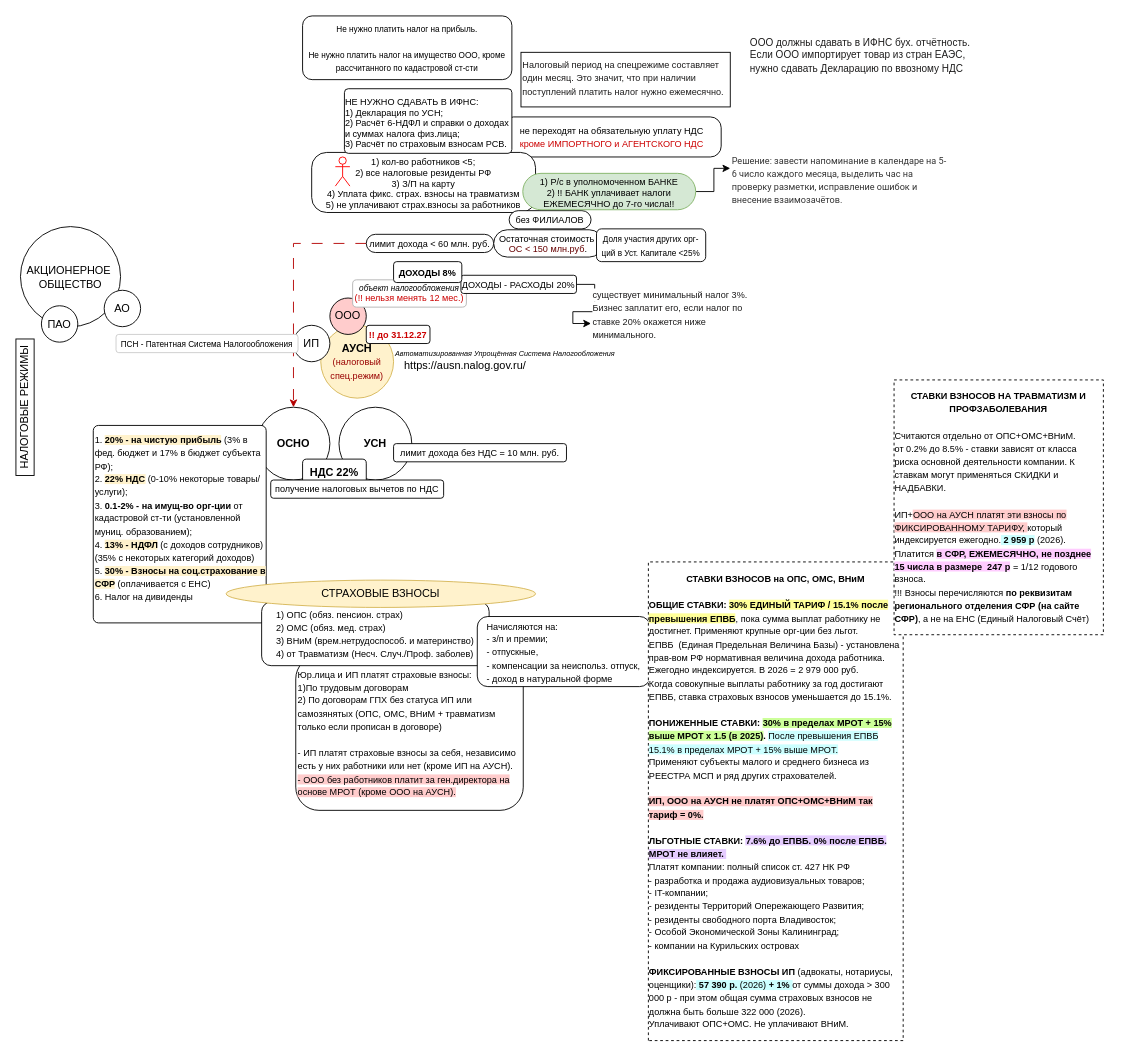
Before: АУСН.drawio in youarereef/mmaps, a draw.io diagram. Source tidied: cells renumbered, new cells numbered last; positions are measured from the earlier drawing's top-left corner, leaving out a move shared by most shapes. Both pictures are drawn from the tidied source at 91%, with x=0, y=0 at pixel (-44, 15).
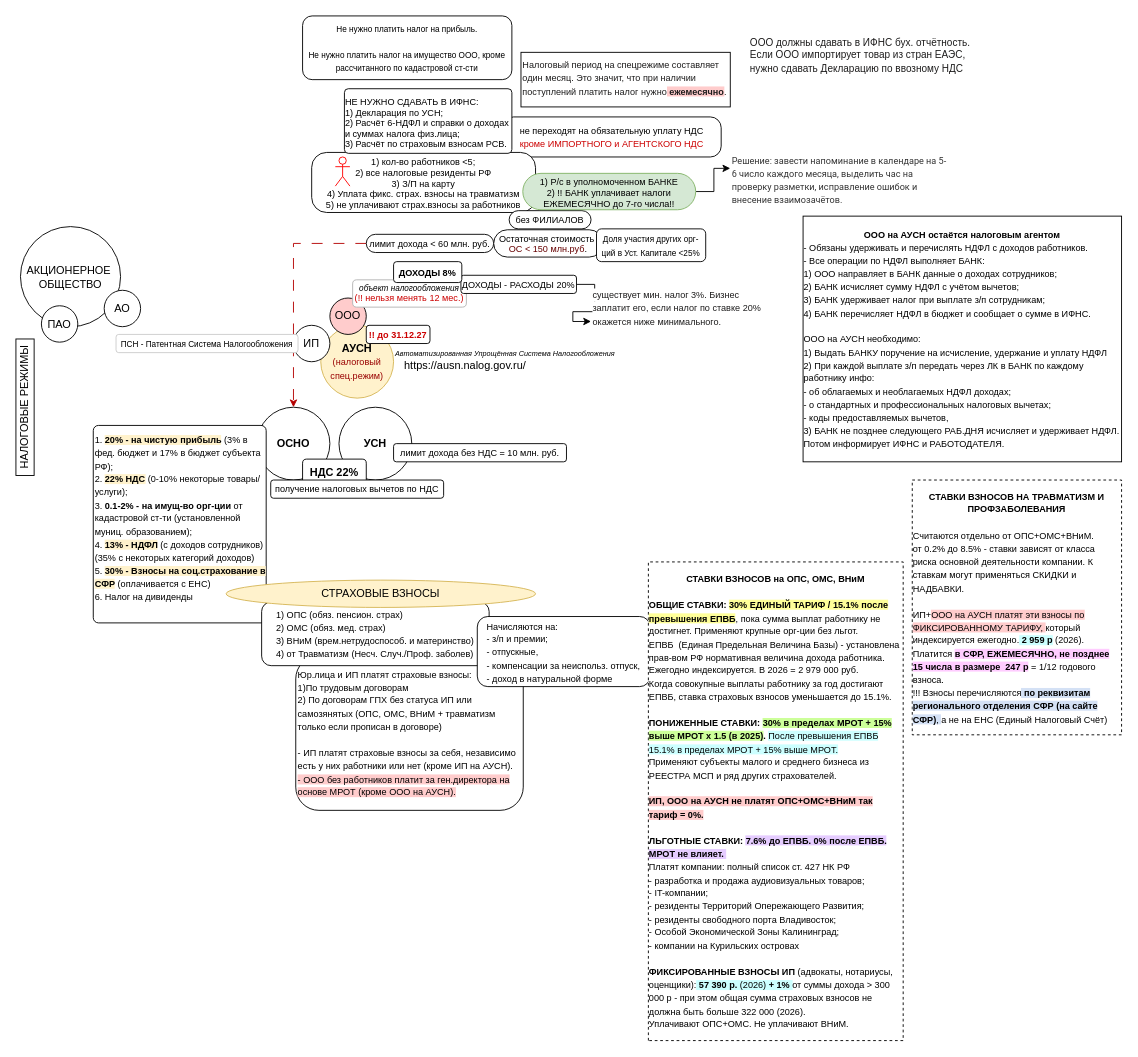
Above is the later version.

What changed in the source:
```diff
@@
-    <mxCell id="30" value="&lt;span style=&quot;color: rgb(30, 29, 29); font-family: &amp;quot;VTB Group UI&amp;quot;, Helvetica, sans-serif, &amp;quot;Apple Color Emoji&amp;quot;, &amp;quot;Segoe UI Emoji&amp;quot;, &amp;quot;Segoe UI Symbol&amp;quot;; font-style: normal; font-variant-ligatures: normal; font-variant-caps: normal; font-weight: 400; letter-spacing: normal; orphans: 2; text-align: start; text-indent: 0px; text-transform: none; widows: 2; word-spacing: 0px; -webkit-text-stroke-width: 0px; white-space: normal; background-color: rgb(255, 255, 255); text-decoration-thickness: initial; text-decoration-style: initial; text-decoration-color: initial; float: none; display: inline !important;&quot;&gt;&lt;font style=&quot;font-size: 10px;&quot;&gt;существует минимальный налог 3%. Бизнес заплатит его, если налог по ставке 20% окажется ниже минимального.&lt;/font&gt;&lt;/span&gt;" style="text;whiteSpace=wrap;html=1;" parent="1" vertex="1">
-      <mxGeometry x="697" y="293" width="190" height="60" as="geometry" />
+    <mxCell id="30" value="&lt;span style=&quot;color: rgb(30, 29, 29); font-family: &amp;quot;VTB Group UI&amp;quot;, Helvetica, sans-serif, &amp;quot;Apple Color Emoji&amp;quot;, &amp;quot;Segoe UI Emoji&amp;quot;, &amp;quot;Segoe UI Symbol&amp;quot;; font-style: normal; font-variant-ligatures: normal; font-variant-caps: normal; font-weight: 400; letter-spacing: normal; orphans: 2; text-align: start; text-indent: 0px; text-transform: none; widows: 2; word-spacing: 0px; -webkit-text-stroke-width: 0px; white-space: normal; background-color: rgb(255, 255, 255); text-decoration-thickness: initial; text-decoration-style: initial; text-decoration-color: initial; float: none; display: inline !important;&quot;&gt;&lt;font style=&quot;font-size: 10px;&quot;&gt;существует мин. налог 3%. Бизнес заплатит его, если налог по ставке 20% окажется ниже минимального.&lt;/font&gt;&lt;/span&gt;" style="text;whiteSpace=wrap;html=1;" parent="1" vertex="1">
+      <mxGeometry x="697" y="293" width="190" height="57" as="geometry" />
     </mxCell>
-    <mxCell id="31" value="&lt;span style=&quot;color: rgb(30, 29, 29); font-family: &amp;quot;VTB Group UI&amp;quot;, Helvetica, sans-serif, &amp;quot;Apple Color Emoji&amp;quot;, &amp;quot;Segoe UI Emoji&amp;quot;, &amp;quot;Segoe UI Symbol&amp;quot;; font-style: normal; font-variant-ligatures: normal; font-variant-caps: normal; font-weight: 400; letter-spacing: normal; orphans: 2; text-align: start; text-indent: 0px; text-transform: none; widows: 2; word-spacing: 0px; -webkit-text-stroke-width: 0px; white-space: normal; background-color: rgb(255, 255, 255); text-decoration-thickness: initial; text-decoration-style: initial; text-decoration-color: initial; float: none; display: inline !important;&quot;&gt;&lt;font style=&quot;font-size: 10px;&quot;&gt;Налоговый период на спецрежиме составляет один месяц. Это значит, что при наличии поступлений платить налог нужно ежемесячно.&lt;/font&gt;&lt;/span&gt;" style="text;whiteSpace=wrap;html=1;strokeColor=default;" parent="1" vertex="1">
+    <mxCell id="31" value="&lt;span style=&quot;color: rgb(30, 29, 29); font-family: &amp;quot;VTB Group UI&amp;quot;, Helvetica, sans-serif, &amp;quot;Apple Color Emoji&amp;quot;, &amp;quot;Segoe UI Emoji&amp;quot;, &amp;quot;Segoe UI Symbol&amp;quot;; font-style: normal; font-variant-ligatures: normal; font-variant-caps: normal; letter-spacing: normal; orphans: 2; text-align: start; text-indent: 0px; text-transform: none; widows: 2; word-spacing: 0px; -webkit-text-stroke-width: 0px; white-space: normal; text-decoration-thickness: initial; text-decoration-style: initial; text-decoration-color: initial; float: none; display: inline !important;&quot;&gt;&lt;font style=&quot;font-size: 10px;&quot;&gt;Налоговый период на спецрежиме составляет один месяц. Это значит, что при наличии поступлений платить налог нужно&lt;b style=&quot;background-color: rgb(255, 204, 204);&quot;&gt; ежемесячно&lt;/b&gt;.&lt;/font&gt;&lt;/span&gt;" style="text;whiteSpace=wrap;html=1;strokeColor=default;" parent="1" vertex="1">
       <mxGeometry x="620" y="40" width="230" height="60" as="geometry" />
     </mxCell>
@@
-    <mxCell id="44" value="&lt;font style=&quot;font-size: 10px;&quot;&gt;&lt;b&gt;СТАВКИ ВЗНОСОВ НА ТРАВМАТИЗМ И ПРОФЗАБОЛЕВАНИЯ&lt;/b&gt;&lt;/font&gt;&lt;div&gt;&lt;font style=&quot;font-size: 10px;&quot;&gt;&lt;br&gt;&lt;/font&gt;&lt;/div&gt;&lt;div style=&quot;text-align: left;&quot;&gt;&lt;span style=&quot;font-size: 10px;&quot;&gt;Считаются отдельно от ОПС+ОМС+ВНиМ.&lt;/span&gt;&lt;/div&gt;&lt;div style=&quot;text-align: left;&quot;&gt;&lt;span style=&quot;font-size: 10px;&quot;&gt;от 0.2% до 8.5% - ставки зависят от класса риска основной деятельности компании. К ставкам могут применяться СКИДКИ и НАДБАВКИ.&lt;/span&gt;&lt;/div&gt;&lt;div style=&quot;text-align: left;&quot;&gt;&lt;span style=&quot;font-size: 10px;&quot;&gt;&lt;br&gt;&lt;/span&gt;&lt;/div&gt;&lt;div style=&quot;text-align: left;&quot;&gt;&lt;span style=&quot;font-size: 10px;&quot;&gt;ИП+&lt;span style=&quot;background-color: rgb(255, 204, 204);&quot;&gt;ООО на АУСН платят эти взносы по ФИКСИРОВАННОМУ ТАРИФУ, &lt;/span&gt;который индексируется ежегодно.&lt;b style=&quot;background-color: rgb(204, 255, 255);&quot;&gt; 2 959 р&lt;/b&gt; (2026).&lt;/span&gt;&lt;/div&gt;&lt;div style=&quot;text-align: left;&quot;&gt;&lt;span style=&quot;font-size: 10px;&quot;&gt;Платится &lt;b style=&quot;background-color: rgb(255, 204, 255);&quot;&gt;в СФР, ЕЖЕМЕСЯЧНО, не позднее 15 числа в размере&amp;nbsp; 247 р&lt;/b&gt; = 1/12 годового взноса.&lt;/span&gt;&lt;/div&gt;&lt;div style=&quot;text-align: left;&quot;&gt;&lt;span style=&quot;font-size: 10px;&quot;&gt;!!! Взносы перечисляются &lt;b&gt;по реквизитам регионального отделения СФР (на сайте СФР)&lt;/b&gt;, а не на ЕНС (Единый Налоговый Счёт)&lt;/span&gt;&lt;/div&gt;" style="rounded=0;whiteSpace=wrap;html=1;dashed=1;" parent="1" vertex="1">
-      <mxGeometry x="1030" y="400" width="230" height="280" as="geometry" />
+    <mxCell id="44" value="&lt;font style=&quot;font-size: 10px;&quot;&gt;&lt;b&gt;СТАВКИ ВЗНОСОВ НА ТРАВМАТИЗМ И ПРОФЗАБОЛЕВАНИЯ&lt;/b&gt;&lt;/font&gt;&lt;div&gt;&lt;font style=&quot;font-size: 10px;&quot;&gt;&lt;br&gt;&lt;/font&gt;&lt;/div&gt;&lt;div style=&quot;text-align: left;&quot;&gt;&lt;span style=&quot;font-size: 10px;&quot;&gt;Считаются отдельно от ОПС+ОМС+ВНиМ.&lt;/span&gt;&lt;/div&gt;&lt;div style=&quot;text-align: left;&quot;&gt;&lt;span style=&quot;font-size: 10px;&quot;&gt;от 0.2% до 8.5% - ставки зависят от класса риска основной деятельности компании. К ставкам могут применяться СКИДКИ и НАДБАВКИ.&lt;/span&gt;&lt;/div&gt;&lt;div style=&quot;text-align: left;&quot;&gt;&lt;span style=&quot;font-size: 10px;&quot;&gt;&lt;br&gt;&lt;/span&gt;&lt;/div&gt;&lt;div style=&quot;text-align: left;&quot;&gt;&lt;span style=&quot;font-size: 10px;&quot;&gt;ИП+&lt;span style=&quot;background-color: rgb(255, 204, 204);&quot;&gt;ООО на АУСН платят эти взносы по ФИКСИРОВАННОМУ ТАРИФУ, &lt;/span&gt;который индексируется ежегодно.&lt;b style=&quot;background-color: rgb(204, 255, 255);&quot;&gt; 2 959 р&lt;/b&gt; (2026).&lt;/span&gt;&lt;/div&gt;&lt;div style=&quot;text-align: left;&quot;&gt;&lt;span style=&quot;font-size: 10px;&quot;&gt;Платится &lt;b style=&quot;background-color: rgb(255, 204, 255);&quot;&gt;в СФР, ЕЖЕМЕСЯЧНО, не позднее 15 числа в размере&amp;nbsp; 247 р&lt;/b&gt; = 1/12 годового взноса.&lt;/span&gt;&lt;/div&gt;&lt;div style=&quot;text-align: left;&quot;&gt;&lt;span style=&quot;font-size: 10px;&quot;&gt;!!! Взносы перечисляются&lt;span style=&quot;background-color: rgb(212, 225, 245);&quot;&gt; &lt;b style=&quot;&quot;&gt;по реквизитам регионального отделения СФР (на сайте СФР)&lt;/b&gt;, &lt;/span&gt;а не на ЕНС (Единый Налоговый Счёт)&lt;/span&gt;&lt;/div&gt;" style="rounded=0;whiteSpace=wrap;html=1;dashed=1;" parent="1" vertex="1">
+      <mxGeometry x="1050" y="510" width="230" height="280" as="geometry" />
     </mxCell>
+    <mxCell id="45" value="&lt;font style=&quot;font-size: 10px;&quot;&gt;&lt;b&gt;ООО на АУСН остаётся налоговым агентом&lt;/b&gt;&lt;/font&gt;&lt;div style=&quot;text-align: left;&quot;&gt;&lt;font style=&quot;font-size: 10px;&quot;&gt;- Обязаны удерживать и перечислять НДФЛ с доходов работников.&lt;/font&gt;&lt;/div&gt;&lt;div style=&quot;text-align: left;&quot;&gt;&lt;font style=&quot;font-size: 10px;&quot;&gt;- Все операции по НДФЛ выполняет БАНК:&lt;/font&gt;&lt;/div&gt;&lt;div style=&quot;text-align: left;&quot;&gt;&lt;font style=&quot;font-size: 10px;&quot;&gt;1) ООО направляет в БАНК данные о доходах сотрудников;&lt;/font&gt;&lt;/div&gt;&lt;div style=&quot;text-align: left;&quot;&gt;&lt;font style=&quot;font-size: 10px;&quot;&gt;2) БАНК исчисляет сумму НДФЛ с учётом вычетов;&lt;/font&gt;&lt;/div&gt;&lt;div style=&quot;text-align: left;&quot;&gt;&lt;font style=&quot;font-size: 10px;&quot;&gt;3) БАНК удерживает налог при выплате з/п сотрудникам;&lt;/font&gt;&lt;/div&gt;&lt;div style=&quot;text-align: left;&quot;&gt;&lt;font style=&quot;font-size: 10px;&quot;&gt;4) БАНК перечисляет НДФЛ в бюджет и сообщает о сумме в ИФНС.&lt;/font&gt;&lt;/div&gt;&lt;div style=&quot;text-align: left;&quot;&gt;&lt;font style=&quot;font-size: 10px;&quot;&gt;&lt;br&gt;&lt;/font&gt;&lt;/div&gt;&lt;div style=&quot;text-align: left;&quot;&gt;&lt;font style=&quot;font-size: 10px;&quot;&gt;ООО на АУСН необходимо:&lt;/font&gt;&lt;/div&gt;&lt;div style=&quot;text-align: left;&quot;&gt;&lt;font style=&quot;font-size: 10px;&quot;&gt;1) Выдать БАНКУ поручение на исчисление, удержание и уплату НДФЛ&lt;/font&gt;&lt;/div&gt;&lt;div style=&quot;text-align: left;&quot;&gt;&lt;font style=&quot;font-size: 10px;&quot;&gt;2) При каждой выплате з/п передать через ЛК в БАНК по каждому работнику инфо:&lt;/font&gt;&lt;/div&gt;&lt;div style=&quot;text-align: left;&quot;&gt;&lt;font style=&quot;font-size: 10px;&quot;&gt;- об облагаемых и необлагаемых НДФЛ доходах;&lt;/font&gt;&lt;/div&gt;&lt;div style=&quot;text-align: left;&quot;&gt;&lt;font style=&quot;font-size: 10px;&quot;&gt;- о стандартных и профессиональных налоговых вычетах;&lt;/font&gt;&lt;/div&gt;&lt;div style=&quot;text-align: left;&quot;&gt;&lt;font style=&quot;font-size: 10px;&quot;&gt;- коды предоставляемых вычетов,&lt;/font&gt;&lt;/div&gt;&lt;div style=&quot;text-align: left;&quot;&gt;&lt;font style=&quot;font-size: 10px;&quot;&gt;3) БАНК не позднее следующего РАБ.ДНЯ исчисляет и удерживает НДФЛ. Потом информирует ИФНС и РАБОТОДАТЕЛЯ.&lt;/font&gt;&lt;/div&gt;" style="rounded=0;whiteSpace=wrap;html=1;" parent="1" vertex="1">
+      <mxGeometry x="930" y="220" width="350" height="270" as="geometry" />
+    </mxCell>
```
